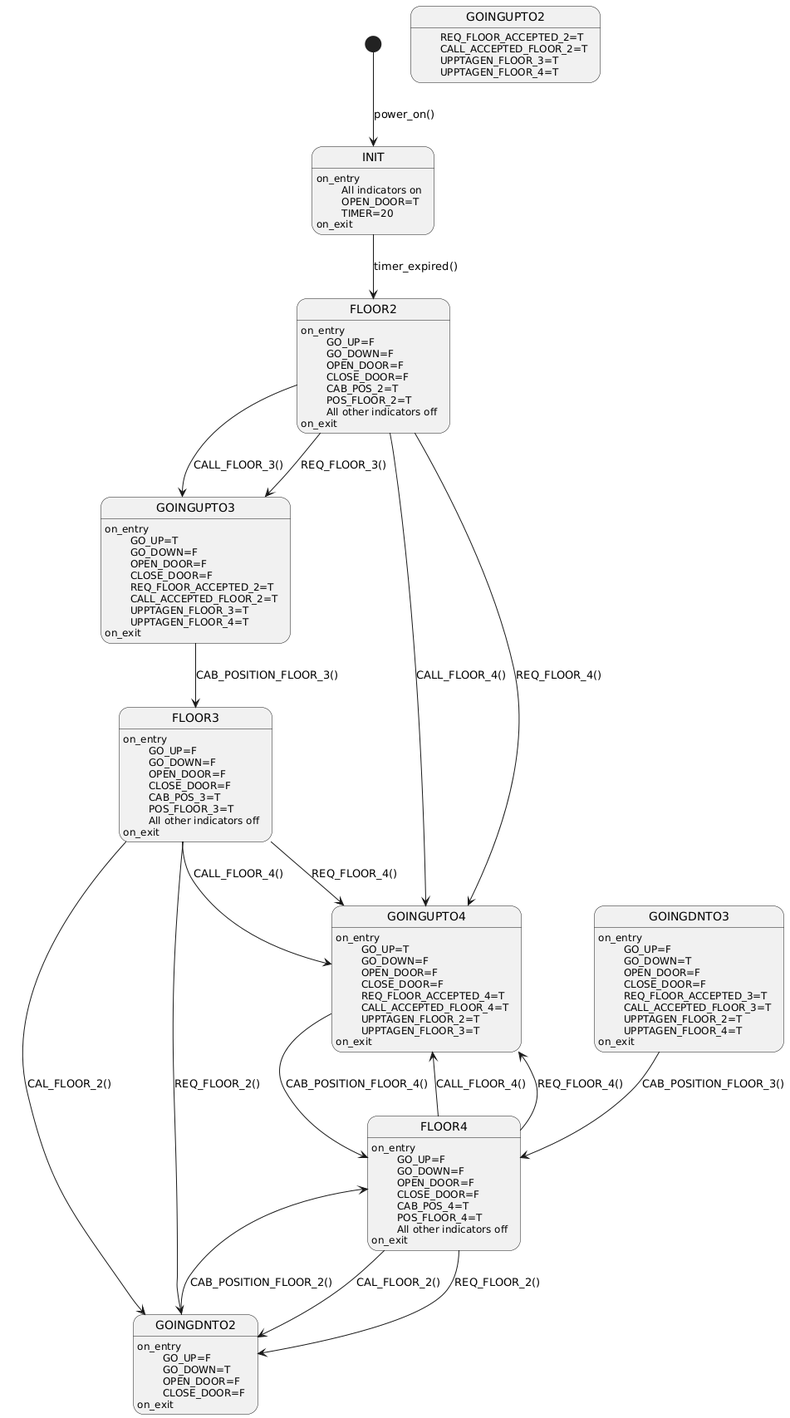
Before: state_diagram.png, a diagram exported from PlantUML (uta-jks83720/elevatorSimulator).
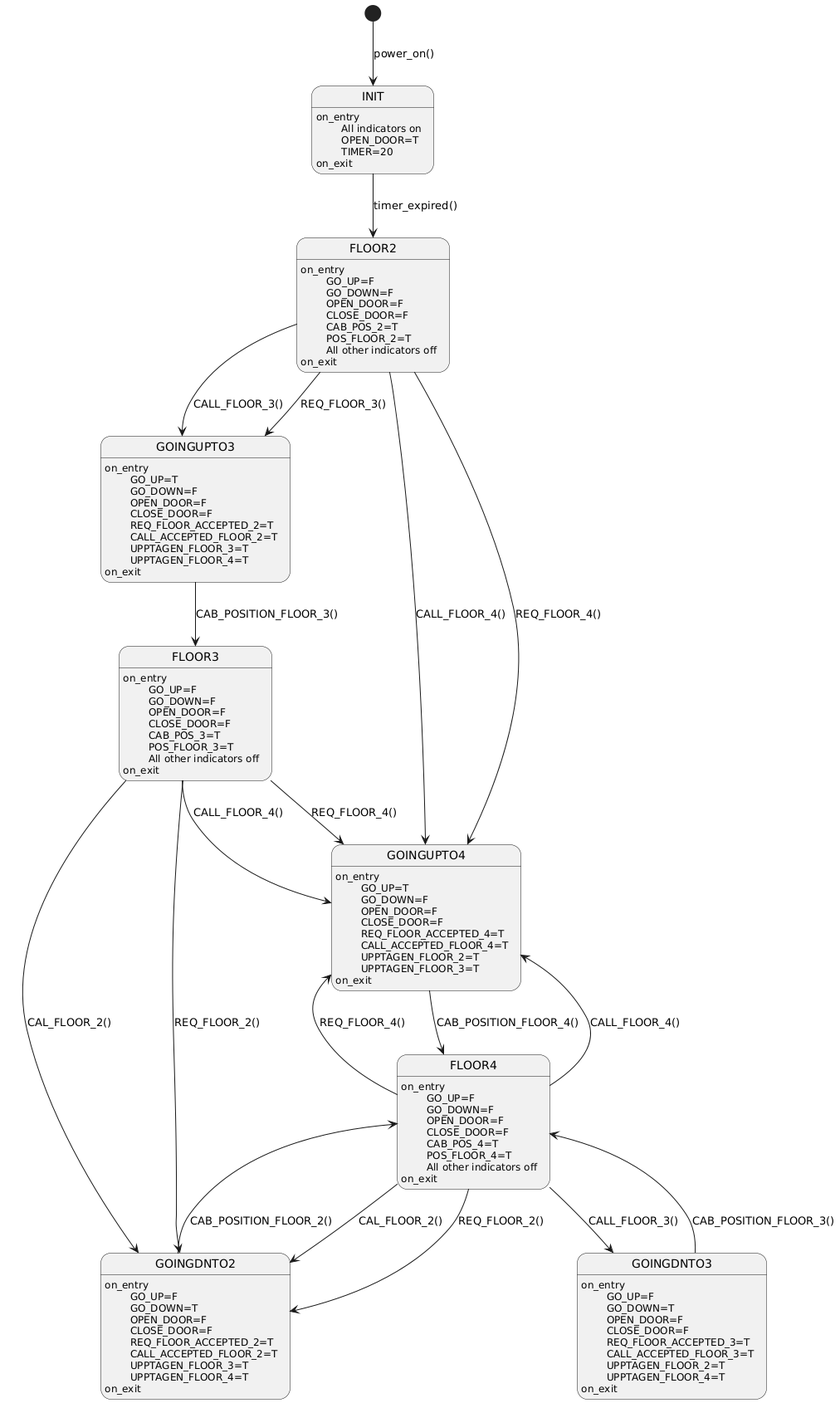
The same diagram one commit later.

Commit message:
Fixed defect in state diagram.

Change to the diagram source:
```diff
@@ -52,6 +52,8 @@
 FLOOR4 --> GOINGDNTO2 : CAL_FLOOR_2()
 FLOOR4 --> GOINGUPTO4 : REQ_FLOOR_4()
 FLOOR4 --> GOINGDNTO2 : REQ_FLOOR_2()
+FLOOR4 --> GOINGDNTO3 : CALL_FLOOR_3()
+
 
 GOINGUPTO3 : on_entry
 GOINGUPTO3 :\tGO_UP=T
@@ -89,15 +91,16 @@
 GOINGDNTO3 : on_exit
 GOINGDNTO3 -->FLOOR4 : CAB_POSITION_FLOOR_3()
 
+
 GOINGDNTO2 : on_entry
 GOINGDNTO2 :\tGO_UP=F
 GOINGDNTO2 :\tGO_DOWN=T
 GOINGDNTO2 :\tOPEN_DOOR=F
 GOINGDNTO2 :\tCLOSE_DOOR=F
-GOINGUPTO2 :\tREQ_FLOOR_ACCEPTED_2=T
-GOINGUPTO2 :\tCALL_ACCEPTED_FLOOR_2=T
-GOINGUPTO2 :\tUPPTAGEN_FLOOR_3=T
-GOINGUPTO2 :\tUPPTAGEN_FLOOR_4=T
+GOINGDNTO2 :\tREQ_FLOOR_ACCEPTED_2=T
+GOINGDNTO2 :\tCALL_ACCEPTED_FLOOR_2=T
+GOINGDNTO2 :\tUPPTAGEN_FLOOR_3=T
+GOINGDNTO2 :\tUPPTAGEN_FLOOR_4=T
 GOINGDNTO2 : on_exit
 GOINGDNTO2 -->FLOOR4 : CAB_POSITION_FLOOR_2()
 @enduml
```
